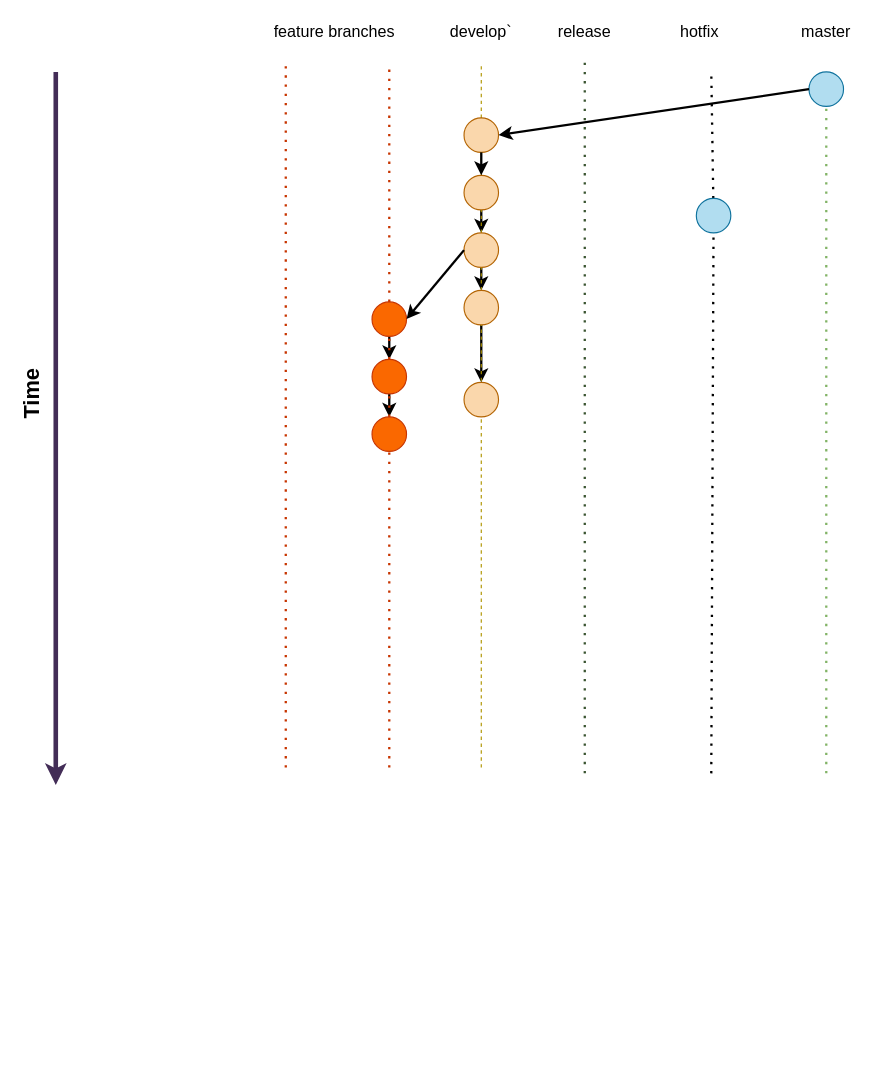
The draw.io diagram Branching System.drawio in roushanatlcci/testRepo, before the edit. Source tidied: cells renumbered, new cells numbered last; positions are measured from the earlier drawing's top-left corner, leaving out a move shared by most shapes. Both pictures are drawn from the tidied source at 115%, with x=0, y=0 at pixel (9, 20).
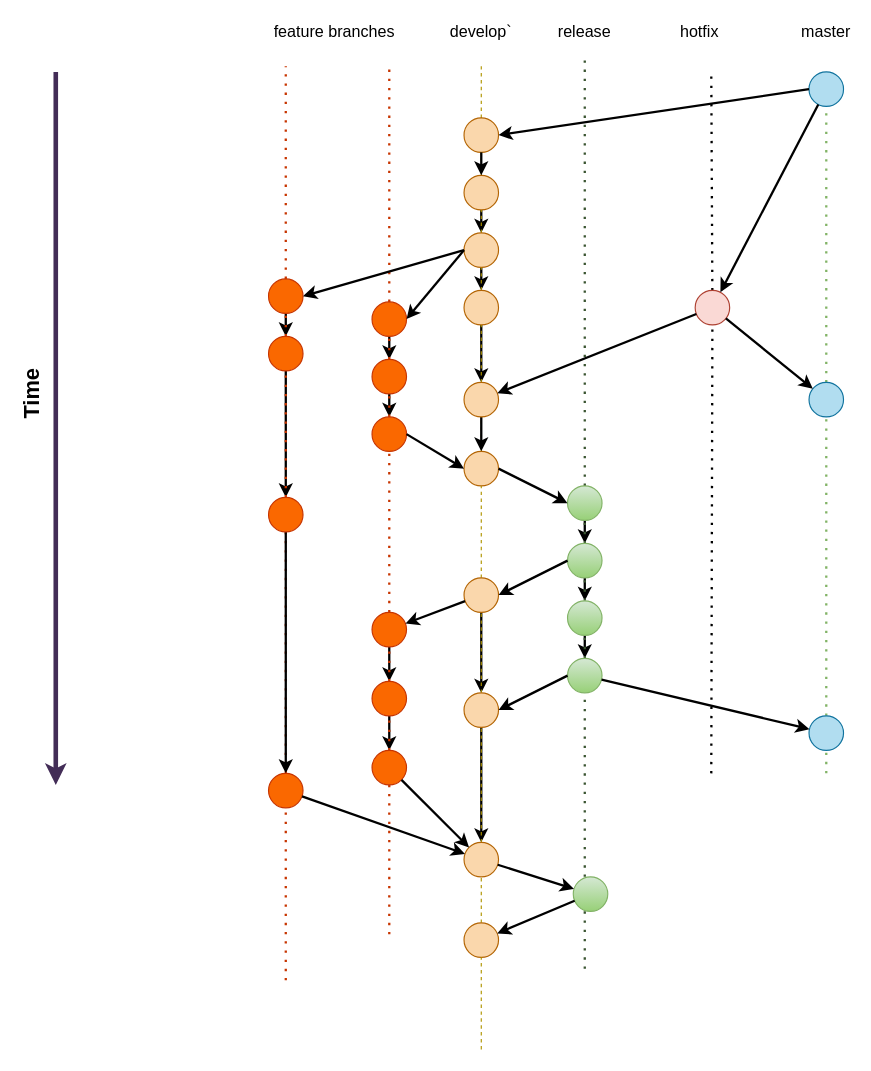
After the change.

The change refers to these unchanged cells:
```xml
<mxCell id="15" style="ellipse;whiteSpace=wrap;html=1;fillColor=#b1ddf0;strokeColor=#10739e;" parent="1" vertex="1">
  <mxGeometry x="695" y="45" width="30" height="30" as="geometry" />
</mxCell>
<mxCell id="24" style="ellipse;whiteSpace=wrap;html=1;fillColor=#fad7ac;strokeColor=#b46504;" parent="1" vertex="1">
  <mxGeometry x="395" y="185" width="30" height="30" as="geometry" />
</mxCell>
<mxCell id="27" style="ellipse;whiteSpace=wrap;html=1;fillColor=#fad7ac;strokeColor=#b46504;" parent="1" vertex="1">
  <mxGeometry x="395" y="235" width="30" height="30" as="geometry" />
</mxCell>
<mxCell id="35" style="ellipse;whiteSpace=wrap;html=1;fillColor=#fa6800;strokeColor=#C73500;fontColor=#000000;" parent="1" vertex="1">
  <mxGeometry x="315" y="345" width="30" height="30" as="geometry" />
</mxCell>
<mxCell id="38" style="ellipse;whiteSpace=wrap;html=1;fillColor=#fad7ac;strokeColor=#b46504;" parent="1" vertex="1">
  <mxGeometry x="395" y="315" width="30" height="30" as="geometry" />
</mxCell>
```

The edit, as a diff of the source:
```diff
@@
-    <mxCell id="8" style="endArrow=none;dashed=1;html=1;dashPattern=1 3;strokeWidth=2;fillColor=#fa6800;strokeColor=#C73500;" parent="1" edge="1">
+    <mxCell id="8" style="endArrow=none;dashed=1;html=1;dashPattern=1 3;strokeWidth=2;fillColor=#fa6800;strokeColor=#C73500;startArrow=none;" parent="1" edge="1" source="47">
       <mxGeometry relative="1" as="geometry">
-        <mxPoint x="240" y="650" as="sourcePoint" />
         <mxPoint x="240" y="40" as="targetPoint" />
       </mxGeometry>
     </mxCell>
@@
-    <mxCell id="11" style="endArrow=none;dashed=1;html=1;dashPattern=1 3;strokeWidth=2;fillColor=#6d8764;strokeColor=#3A5431;" parent="1" edge="1">
+    <mxCell id="11" style="endArrow=none;dashed=1;html=1;dashPattern=1 3;strokeWidth=2;fillColor=#6d8764;strokeColor=#3A5431;startArrow=none;" parent="1" edge="1" source="56">
       <mxGeometry relative="1" as="geometry">
-        <mxPoint x="500" y="655" as="sourcePoint" />
         <mxPoint x="500" y="35" as="targetPoint" />
       </mxGeometry>
     </mxCell>
@@
-    <mxCell id="16" style="endArrow=none;dashed=1;html=1;dashPattern=1 3;strokeWidth=2;gradientColor=#97d077;fillColor=#d5e8d4;strokeColor=#82b366;" parent="1" edge="1" target="15">
-      <mxGeometry relative="1" as="geometry">
-        <mxPoint x="710" y="655" as="sourcePoint" />
-      </mxGeometry>
+    <mxCell id="16" style="endArrow=none;dashed=1;html=1;dashPattern=1 3;strokeWidth=2;gradientColor=#97d077;fillColor=#d5e8d4;strokeColor=#82b366;startArrow=none;" parent="1" edge="1" source="90" target="15">
+      <mxGeometry relative="1" as="geometry" />
     </mxCell>
@@
-    <mxCell id="28" style="endArrow=none;dashed=1;html=1;fillColor=#e3c800;strokeColor=#B09500;" parent="1" edge="1" target="27">
-      <mxGeometry relative="1" as="geometry">
-        <mxPoint x="410" y="650" as="sourcePoint" />
-      </mxGeometry>
+    <mxCell id="28" style="endArrow=none;dashed=1;html=1;fillColor=#e3c800;strokeColor=#B09500;startArrow=none;" parent="1" edge="1" source="43" target="27">
+      <mxGeometry relative="1" as="geometry" />
     </mxCell>
@@
-    <mxCell id="36" style="endArrow=none;dashed=1;html=1;dashPattern=1 3;strokeWidth=2;fillColor=#fa6800;strokeColor=#C73500;" parent="1" edge="1" target="35">
-      <mxGeometry relative="1" as="geometry">
-        <mxPoint x="330" y="650" as="sourcePoint" />
-      </mxGeometry>
+    <mxCell id="36" style="endArrow=none;dashed=1;html=1;dashPattern=1 3;strokeWidth=2;fillColor=#fa6800;strokeColor=#C73500;startArrow=none;" parent="1" edge="1" source="76" target="35">
+      <mxGeometry relative="1" as="geometry" />
     </mxCell>
@@
+    <mxCell id="42" style="edgeStyle=orthogonalEdgeStyle;rounded=0;jettySize=auto;html=1;exitX=0.5;exitY=1;exitDx=0;exitDy=0;entryX=0.5;entryY=0;entryDx=0;entryDy=0;strokeWidth=2;" parent="1" edge="1" source="38" target="43">
+      <mxGeometry relative="1" as="geometry" />
+    </mxCell>
@@
-    <mxCell id="40" style="ellipse;whiteSpace=wrap;html=1;fillColor=#b1ddf0;strokeColor=#10739e;" parent="1" vertex="1">
-      <mxGeometry x="597" y="155" width="30" height="30" as="geometry" />
+    <mxCell id="40" style="ellipse;whiteSpace=wrap;html=1;fillColor=#fad9d5;strokeColor=#ae4132;" parent="1" vertex="1">
+      <mxGeometry x="596" y="235" width="30" height="30" as="geometry" />
     </mxCell>
@@
+    <mxCell id="43" style="ellipse;whiteSpace=wrap;html=1;fillColor=#fad7ac;strokeColor=#b46504;" parent="1" vertex="1">
+      <mxGeometry x="395" y="375" width="30" height="30" as="geometry" />
+    </mxCell>
+    <mxCell id="44" style="endArrow=none;dashed=1;html=1;fillColor=#e3c800;strokeColor=#B09500;startArrow=none;" parent="1" edge="1" source="63" target="43">
+      <mxGeometry relative="1" as="geometry" />
+    </mxCell>
+    <mxCell id="45" style="endArrow=classic;html=1;strokeWidth=2;exitX=1;exitY=0.5;exitDx=0;exitDy=0;entryX=0;entryY=0.5;entryDx=0;entryDy=0;" parent="1" edge="1" source="35" target="43">
+      <mxGeometry relative="1" as="geometry" />
+    </mxCell>
+    <mxCell id="46" style="edgeStyle=orthogonalEdgeStyle;rounded=0;jettySize=auto;html=1;exitX=0.5;exitY=1;exitDx=0;exitDy=0;entryX=0.5;entryY=0;entryDx=0;entryDy=0;strokeWidth=2;" parent="1" edge="1" source="47" target="51">
+      <mxGeometry relative="1" as="geometry" />
+    </mxCell>
+    <mxCell id="47" style="ellipse;whiteSpace=wrap;html=1;fillColor=#fa6800;strokeColor=#C73500;fontColor=#000000;" parent="1" vertex="1">
+      <mxGeometry x="225" y="225" width="30" height="30" as="geometry" />
+    </mxCell>
+    <mxCell id="48" style="endArrow=none;dashed=1;html=1;dashPattern=1 3;strokeWidth=2;fillColor=#fa6800;strokeColor=#C73500;startArrow=none;" parent="1" edge="1" source="51" target="47">
+      <mxGeometry relative="1" as="geometry" />
+    </mxCell>
+    <mxCell id="49" style="endArrow=classic;html=1;strokeWidth=2;entryX=1;entryY=0.5;entryDx=0;entryDy=0;exitX=0;exitY=0.5;exitDx=0;exitDy=0;" parent="1" edge="1" source="24" target="47">
+      <mxGeometry relative="1" as="geometry" />
+    </mxCell>
+    <mxCell id="50" style="edgeStyle=orthogonalEdgeStyle;rounded=0;jettySize=auto;html=1;exitX=0.5;exitY=1;exitDx=0;exitDy=0;strokeWidth=2;" parent="1" edge="1" source="51" target="54">
+      <mxGeometry relative="1" as="geometry" />
+    </mxCell>
+    <mxCell id="51" style="ellipse;whiteSpace=wrap;html=1;fillColor=#fa6800;strokeColor=#C73500;fontColor=#000000;" parent="1" vertex="1">
+      <mxGeometry x="225" y="275" width="30" height="30" as="geometry" />
+    </mxCell>
+    <mxCell id="52" style="endArrow=none;dashed=1;html=1;dashPattern=1 3;strokeWidth=2;fillColor=#fa6800;strokeColor=#C73500;startArrow=none;" parent="1" edge="1" source="87" target="51">
+      <mxGeometry relative="1" as="geometry" />
+    </mxCell>
+    <mxCell id="53" style="edgeStyle=orthogonalEdgeStyle;rounded=0;jettySize=auto;html=1;exitX=0.5;exitY=1;exitDx=0;exitDy=0;entryX=0.5;entryY=0;entryDx=0;entryDy=0;strokeWidth=2;" parent="1" edge="1" source="54" target="87">
+      <mxGeometry relative="1" as="geometry" />
+    </mxCell>
+    <mxCell id="54" style="ellipse;whiteSpace=wrap;html=1;fillColor=#fa6800;strokeColor=#C73500;fontColor=#000000;" parent="1" vertex="1">
+      <mxGeometry x="225" y="415" width="30" height="30" as="geometry" />
+    </mxCell>
+    <mxCell id="55" style="edgeStyle=orthogonalEdgeStyle;rounded=0;jettySize=auto;html=1;exitX=0.5;exitY=1;exitDx=0;exitDy=0;entryX=0.5;entryY=0;entryDx=0;entryDy=0;strokeWidth=2;" parent="1" edge="1" source="56" target="60">
+      <mxGeometry relative="1" as="geometry" />
+    </mxCell>
+    <mxCell id="56" style="ellipse;whiteSpace=wrap;html=1;fillColor=#d5e8d4;strokeColor=#82b366;gradientColor=#97d077;" parent="1" vertex="1">
+      <mxGeometry x="485" y="405" width="30" height="30" as="geometry" />
+    </mxCell>
+    <mxCell id="57" style="endArrow=none;dashed=1;html=1;dashPattern=1 3;strokeWidth=2;fillColor=#6d8764;strokeColor=#3A5431;startArrow=none;" parent="1" edge="1" source="60" target="56">
+      <mxGeometry relative="1" as="geometry" />
+    </mxCell>
+    <mxCell id="58" style="endArrow=classic;html=1;strokeWidth=2;entryX=0;entryY=0.5;entryDx=0;entryDy=0;exitX=1;exitY=0.5;exitDx=0;exitDy=0;" parent="1" edge="1" source="43" target="56">
+      <mxGeometry relative="1" as="geometry" />
+    </mxCell>
+    <mxCell id="59" style="edgeStyle=orthogonalEdgeStyle;rounded=0;jettySize=auto;html=1;exitX=0.5;exitY=1;exitDx=0;exitDy=0;entryX=0.5;entryY=0;entryDx=0;entryDy=0;strokeWidth=2;" parent="1" edge="1" source="60" target="67">
+      <mxGeometry relative="1" as="geometry" />
+    </mxCell>
+    <mxCell id="60" style="ellipse;whiteSpace=wrap;html=1;fillColor=#d5e8d4;strokeColor=#82b366;gradientColor=#97d077;" parent="1" vertex="1">
+      <mxGeometry x="485" y="455" width="30" height="30" as="geometry" />
+    </mxCell>
+    <mxCell id="61" style="endArrow=none;dashed=1;html=1;dashPattern=1 3;strokeWidth=2;fillColor=#6d8764;strokeColor=#3A5431;startArrow=none;" parent="1" edge="1" source="67" target="60">
+      <mxGeometry relative="1" as="geometry" />
+    </mxCell>
+    <mxCell id="62" style="edgeStyle=orthogonalEdgeStyle;rounded=0;jettySize=auto;html=1;exitX=0.5;exitY=1;exitDx=0;exitDy=0;entryX=0.5;entryY=0;entryDx=0;entryDy=0;strokeWidth=2;" parent="1" edge="1" source="63" target="72">
+      <mxGeometry relative="1" as="geometry" />
+    </mxCell>
+    <mxCell id="63" style="ellipse;whiteSpace=wrap;html=1;fillColor=#fad7ac;strokeColor=#b46504;" parent="1" vertex="1">
+      <mxGeometry x="395" y="485" width="30" height="30" as="geometry" />
+    </mxCell>
+    <mxCell id="64" style="endArrow=none;dashed=1;html=1;fillColor=#e3c800;strokeColor=#B09500;startArrow=none;" parent="1" edge="1" source="72" target="63">
+      <mxGeometry relative="1" as="geometry" />
+    </mxCell>
+    <mxCell id="65" style="endArrow=classic;html=1;strokeWidth=2;entryX=1;entryY=0.5;entryDx=0;entryDy=0;exitX=0;exitY=0.5;exitDx=0;exitDy=0;" parent="1" edge="1" source="60" target="63">
+      <mxGeometry relative="1" as="geometry" />
+    </mxCell>
+    <mxCell id="66" style="edgeStyle=orthogonalEdgeStyle;rounded=0;jettySize=auto;html=1;exitX=0.5;exitY=1;exitDx=0;exitDy=0;entryX=0.5;entryY=0;entryDx=0;entryDy=0;strokeWidth=2;" parent="1" edge="1" source="67" target="69">
+      <mxGeometry relative="1" as="geometry" />
+    </mxCell>
+    <mxCell id="67" style="ellipse;whiteSpace=wrap;html=1;fillColor=#d5e8d4;strokeColor=#82b366;gradientColor=#97d077;" parent="1" vertex="1">
+      <mxGeometry x="485" y="505" width="30" height="30" as="geometry" />
+    </mxCell>
+    <mxCell id="68" style="endArrow=none;dashed=1;html=1;dashPattern=1 3;strokeWidth=2;fillColor=#6d8764;strokeColor=#3A5431;startArrow=none;" parent="1" edge="1" source="69" target="67">
+      <mxGeometry relative="1" as="geometry" />
+    </mxCell>
+    <mxCell id="69" style="ellipse;whiteSpace=wrap;html=1;fillColor=#d5e8d4;strokeColor=#82b366;gradientColor=#97d077;" parent="1" vertex="1">
+      <mxGeometry x="485" y="555" width="30" height="30" as="geometry" />
+    </mxCell>
+    <mxCell id="70" style="endArrow=none;dashed=1;html=1;dashPattern=1 3;strokeWidth=2;fillColor=#6d8764;strokeColor=#3A5431;" parent="1" edge="1" target="69">
+      <mxGeometry relative="1" as="geometry">
+        <mxPoint x="500" y="825" as="sourcePoint" />
+      </mxGeometry>
+    </mxCell>
+    <mxCell id="71" style="edgeStyle=orthogonalEdgeStyle;rounded=0;jettySize=auto;html=1;exitX=0.5;exitY=1;exitDx=0;exitDy=0;entryX=0.5;entryY=0;entryDx=0;entryDy=0;strokeWidth=2;" parent="1" edge="1" source="72" target="84">
+      <mxGeometry relative="1" as="geometry" />
+    </mxCell>
+    <mxCell id="72" style="ellipse;whiteSpace=wrap;html=1;fillColor=#fad7ac;strokeColor=#b46504;" parent="1" vertex="1">
+      <mxGeometry x="395" y="585" width="30" height="30" as="geometry" />
+    </mxCell>
+    <mxCell id="73" style="endArrow=none;dashed=1;html=1;fillColor=#e3c800;strokeColor=#B09500;startArrow=none;" parent="1" edge="1" source="84" target="72">
+      <mxGeometry relative="1" as="geometry" />
+    </mxCell>
+    <mxCell id="74" style="endArrow=classic;html=1;strokeWidth=2;exitX=0;exitY=0.5;exitDx=0;exitDy=0;entryX=1;entryY=0.5;entryDx=0;entryDy=0;" parent="1" edge="1" source="69" target="72">
+      <mxGeometry relative="1" as="geometry" />
+    </mxCell>
+    <mxCell id="75" style="edgeStyle=orthogonalEdgeStyle;rounded=0;jettySize=auto;html=1;exitX=0.5;exitY=1;exitDx=0;exitDy=0;entryX=0.5;entryY=0;entryDx=0;entryDy=0;strokeWidth=2;" parent="1" edge="1" source="76" target="80">
+      <mxGeometry relative="1" as="geometry" />
+    </mxCell>
+    <mxCell id="76" style="ellipse;whiteSpace=wrap;html=1;fillColor=#fa6800;strokeColor=#C73500;fontColor=#000000;" parent="1" vertex="1">
+      <mxGeometry x="315" y="515" width="30" height="30" as="geometry" />
+    </mxCell>
+    <mxCell id="77" style="endArrow=none;dashed=1;html=1;dashPattern=1 3;strokeWidth=2;fillColor=#fa6800;strokeColor=#C73500;startArrow=none;" parent="1" edge="1" source="80" target="76">
+      <mxGeometry relative="1" as="geometry" />
+    </mxCell>
+    <mxCell id="78" style="endArrow=classic;html=1;strokeWidth=2;" parent="1" edge="1" source="63" target="76">
+      <mxGeometry relative="1" as="geometry" />
+    </mxCell>
+    <mxCell id="79" style="edgeStyle=orthogonalEdgeStyle;rounded=0;jettySize=auto;html=1;exitX=0.5;exitY=1;exitDx=0;exitDy=0;entryX=0.5;entryY=0;entryDx=0;entryDy=0;strokeWidth=2;" parent="1" edge="1" source="80" target="82">
+      <mxGeometry relative="1" as="geometry" />
+    </mxCell>
+    <mxCell id="80" style="ellipse;whiteSpace=wrap;html=1;fillColor=#fa6800;strokeColor=#C73500;fontColor=#000000;" parent="1" vertex="1">
+      <mxGeometry x="315" y="575" width="30" height="30" as="geometry" />
+    </mxCell>
+    <mxCell id="81" style="endArrow=none;dashed=1;html=1;dashPattern=1 3;strokeWidth=2;fillColor=#fa6800;strokeColor=#C73500;startArrow=none;" parent="1" edge="1" source="82" target="80">
+      <mxGeometry relative="1" as="geometry" />
+    </mxCell>
+    <mxCell id="82" style="ellipse;whiteSpace=wrap;html=1;fillColor=#fa6800;strokeColor=#C73500;fontColor=#000000;" parent="1" vertex="1">
+      <mxGeometry x="315" y="635" width="30" height="30" as="geometry" />
+    </mxCell>
+    <mxCell id="83" style="endArrow=none;dashed=1;html=1;dashPattern=1 3;strokeWidth=2;fillColor=#fa6800;strokeColor=#C73500;" parent="1" edge="1" target="82">
+      <mxGeometry relative="1" as="geometry">
+        <mxPoint x="330" y="795" as="sourcePoint" />
+      </mxGeometry>
+    </mxCell>
+    <mxCell id="84" style="ellipse;whiteSpace=wrap;html=1;fillColor=#fad7ac;strokeColor=#b46504;" parent="1" vertex="1">
+      <mxGeometry x="395" y="715" width="30" height="30" as="geometry" />
+    </mxCell>
+    <mxCell id="85" style="endArrow=none;dashed=1;html=1;fillColor=#e3c800;strokeColor=#B09500;startArrow=none;" parent="1" edge="1" source="100" target="84">
+      <mxGeometry relative="1" as="geometry" />
+    </mxCell>
+    <mxCell id="86" style="endArrow=classic;html=1;strokeWidth=2;" parent="1" edge="1" source="82" target="84">
+      <mxGeometry relative="1" as="geometry" />
+    </mxCell>
+    <mxCell id="87" style="ellipse;whiteSpace=wrap;html=1;fillColor=#fa6800;strokeColor=#C73500;fontColor=#000000;" parent="1" vertex="1">
+      <mxGeometry x="225" y="655" width="30" height="30" as="geometry" />
+    </mxCell>
+    <mxCell id="88" style="endArrow=none;dashed=1;html=1;dashPattern=1 3;strokeWidth=2;fillColor=#fa6800;strokeColor=#C73500;" parent="1" edge="1" target="87">
+      <mxGeometry relative="1" as="geometry">
+        <mxPoint x="240" y="835" as="sourcePoint" />
+      </mxGeometry>
+    </mxCell>
+    <mxCell id="89" style="endArrow=classic;html=1;strokeWidth=2;" parent="1" edge="1" source="87" target="84">
+      <mxGeometry relative="1" as="geometry" />
+    </mxCell>
+    <mxCell id="90" style="ellipse;whiteSpace=wrap;html=1;fillColor=#b1ddf0;strokeColor=#10739e;" parent="1" vertex="1">
+      <mxGeometry x="695" y="315" width="30" height="30" as="geometry" />
+    </mxCell>
+    <mxCell id="91" style="endArrow=none;dashed=1;html=1;dashPattern=1 3;strokeWidth=2;gradientColor=#97d077;fillColor=#d5e8d4;strokeColor=#82b366;startArrow=none;" parent="1" edge="1" source="95" target="90">
+      <mxGeometry relative="1" as="geometry" />
+    </mxCell>
+    <mxCell id="92" style="endArrow=classic;html=1;strokeWidth=2;" parent="1" edge="1" source="40" target="90">
+      <mxGeometry relative="1" as="geometry" />
+    </mxCell>
+    <mxCell id="93" style="endArrow=classic;html=1;strokeWidth=2;" parent="1" edge="1" source="15" target="40">
+      <mxGeometry relative="1" as="geometry" />
+    </mxCell>
+    <mxCell id="94" style="endArrow=classic;html=1;strokeWidth=2;" parent="1" edge="1" source="40" target="38">
+      <mxGeometry relative="1" as="geometry" />
+    </mxCell>
+    <mxCell id="95" style="ellipse;whiteSpace=wrap;html=1;fillColor=#b1ddf0;strokeColor=#10739e;" parent="1" vertex="1">
+      <mxGeometry x="695" y="605" width="30" height="30" as="geometry" />
+    </mxCell>
+    <mxCell id="96" style="endArrow=none;dashed=1;html=1;dashPattern=1 3;strokeWidth=2;gradientColor=#97d077;fillColor=#d5e8d4;strokeColor=#82b366;" parent="1" edge="1" target="95">
+      <mxGeometry relative="1" as="geometry">
+        <mxPoint x="710" y="655" as="sourcePoint" />
+      </mxGeometry>
+    </mxCell>
+    <mxCell id="97" style="endArrow=classic;html=1;strokeWidth=2;" parent="1" edge="1" source="69" target="95">
+      <mxGeometry relative="1" as="geometry" />
+    </mxCell>
+    <mxCell id="98" style="ellipse;whiteSpace=wrap;html=1;fillColor=#d5e8d4;strokeColor=#82b366;gradientColor=#97d077;" parent="1" vertex="1">
+      <mxGeometry x="490" y="745" width="30" height="30" as="geometry" />
+    </mxCell>
+    <mxCell id="99" style="endArrow=classic;html=1;strokeWidth=2;" parent="1" edge="1" source="84" target="98">
+      <mxGeometry relative="1" as="geometry" />
+    </mxCell>
+    <mxCell id="100" style="ellipse;whiteSpace=wrap;html=1;fillColor=#fad7ac;strokeColor=#b46504;" parent="1" vertex="1">
+      <mxGeometry x="395" y="785" width="30" height="30" as="geometry" />
+    </mxCell>
+    <mxCell id="101" style="endArrow=none;dashed=1;html=1;fillColor=#e3c800;strokeColor=#B09500;" parent="1" edge="1" target="100">
+      <mxGeometry relative="1" as="geometry">
+        <mxPoint x="410" y="895" as="sourcePoint" />
+      </mxGeometry>
+    </mxCell>
+    <mxCell id="102" style="endArrow=classic;html=1;strokeWidth=2;" parent="1" edge="1" source="98" target="100">
+      <mxGeometry relative="1" as="geometry" />
+    </mxCell>
```
